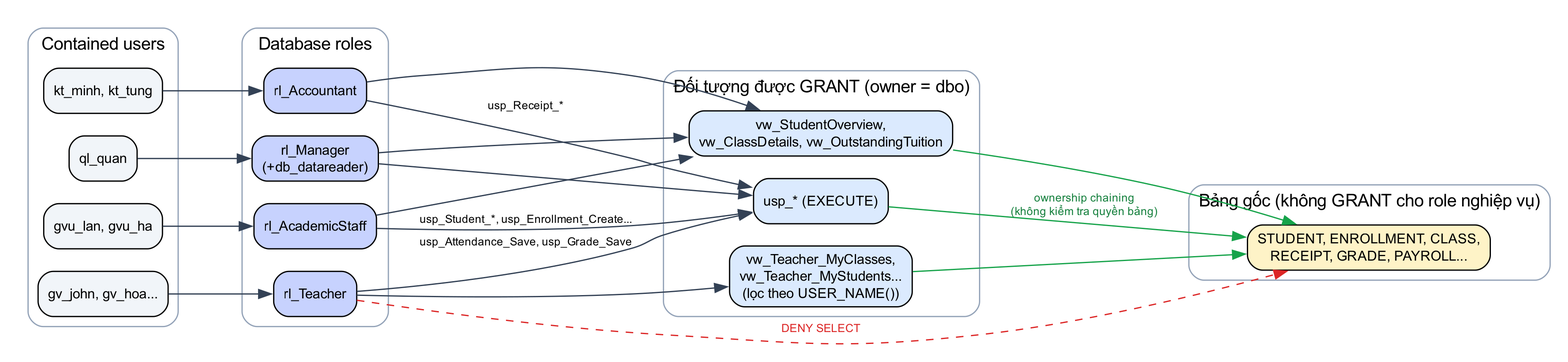
nhutruong-uit/imcp keeps this Graphviz diagram as docs/report/images/diagrams/permissions.png. Above is the earlier version. Its source is kept beside it as docs/report/diagrams/permissions.dot. Source of this version:
```dot
digraph SEC {
  graph [rankdir=LR, fontname="Arial", dpi=220, pad=0.2, nodesep=0.25, ranksep=0.9];
  node  [fontname="Arial", fontsize=11, shape=box, style="rounded,filled"];
  edge  [color="#334155", fontname="Arial", fontsize=9];
  subgraph cluster_u { label="Contained users"; color="#94A3B8"; style=rounded;
    node [fillcolor="#F1F5F9"]; u1 [label="ql_quan"]; u2 [label="gvu_lan, gvu_ha"]; u3 [label="kt_minh, kt_tung"]; u4 [label="gv_john, gv_hoa..."]; }
  subgraph cluster_r { label="Database roles"; color="#94A3B8"; style=rounded;
    node [fillcolor="#C7D2FE"]; r1 [label="rl_Manager\n(+db_datareader)"]; r2 [label="rl_AcademicStaff"]; r3 [label="rl_Accountant"]; r4 [label="rl_Teacher"]; }
  subgraph cluster_o { label="Đối tượng được GRANT (owner = dbo)"; color="#94A3B8"; style=rounded;
    node [fillcolor="#DBEAFE"]; o1 [label="usp_* (EXECUTE)"]; o2 [label="vw_StudentOverview,\nvw_ClassDetails, vw_OutstandingTuition"]; o3 [label="vw_Teacher_MyClasses,\nvw_Teacher_MyStudents...\n(lọc theo USER_NAME())"]; }
  subgraph cluster_t { label="Bảng gốc (không GRANT cho role nghiệp vụ)"; color="#94A3B8"; style=rounded;
    node [fillcolor="#FEF3C7"]; t1 [label="STUDENT, ENROLLMENT, CLASS,\nRECEIPT, GRADE, PAYROLL..."]; }
  u1 -> r1; u2 -> r2; u3 -> r3; u4 -> r4;
  r1 -> o1; r1 -> o2; r2 -> o1 [label="usp_Student_*, usp_Enrollment_Create..."]; r2 -> o2; r3 -> o1 [label="usp_Receipt_*"]; r3 -> o2;
  r4 -> o3; r4 -> o1 [label="usp_Attendance_Save, usp_Grade_Save"];
  o1 -> t1 [label="ownership chaining\n(không kiểm tra quyền bảng)", color="#16A34A", fontcolor="#15803D"];
  o2 -> t1 [color="#16A34A"]; o3 -> t1 [color="#16A34A"];
  r4 -> t1 [label="DENY SELECT", color="#DC2626", fontcolor="#DC2626", style=dashed];
}
```
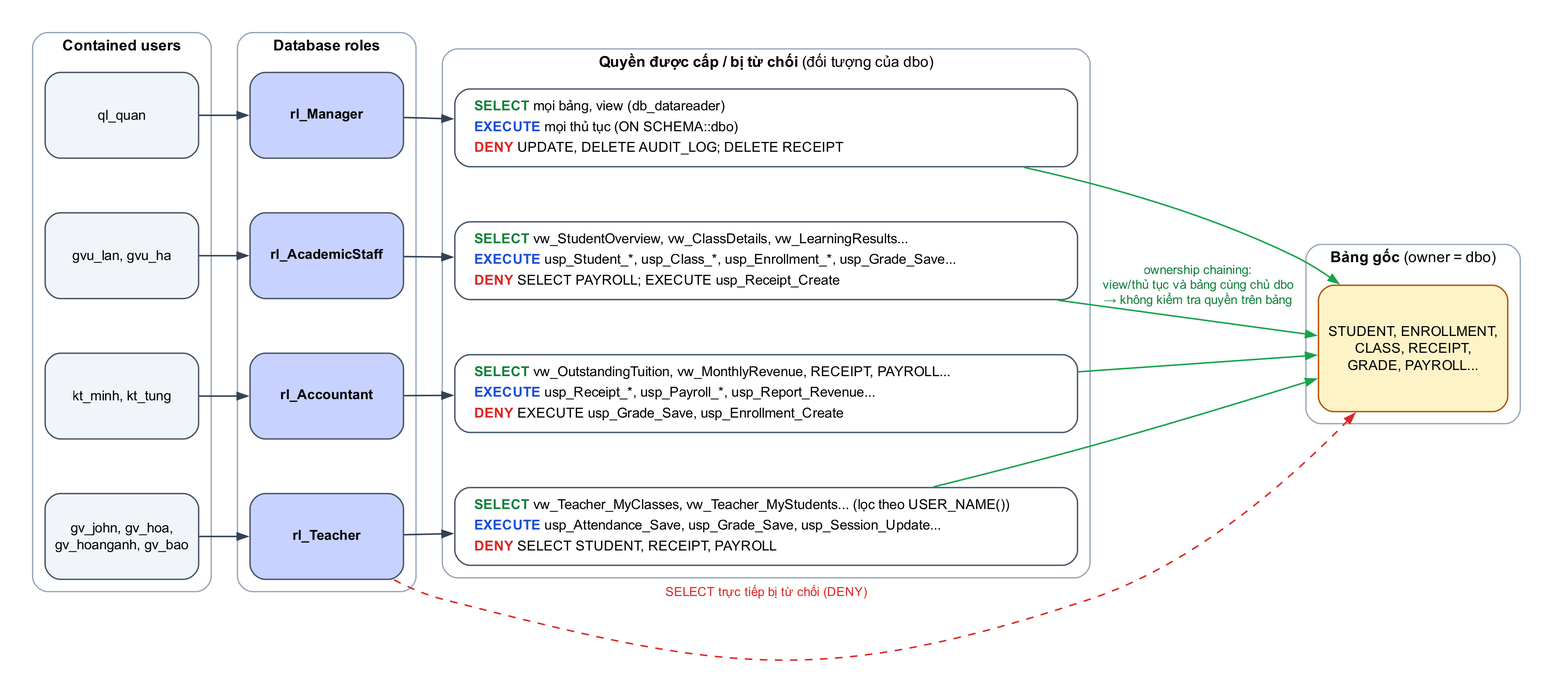
Later version of the same file.

Diff of the diagram source:
```diff
@@ -1,19 +1,44 @@
 digraph SEC {
-  graph [rankdir=LR, fontname="Arial", dpi=220, pad=0.2, nodesep=0.25, ranksep=0.9];
-  node  [fontname="Arial", fontsize=11, shape=box, style="rounded,filled"];
-  edge  [color="#334155", fontname="Arial", fontsize=9];
-  subgraph cluster_u { label="Contained users"; color="#94A3B8"; style=rounded;
-    node [fillcolor="#F1F5F9"]; u1 [label="ql_quan"]; u2 [label="gvu_lan, gvu_ha"]; u3 [label="kt_minh, kt_tung"]; u4 [label="gv_john, gv_hoa..."]; }
-  subgraph cluster_r { label="Database roles"; color="#94A3B8"; style=rounded;
-    node [fillcolor="#C7D2FE"]; r1 [label="rl_Manager\n(+db_datareader)"]; r2 [label="rl_AcademicStaff"]; r3 [label="rl_Accountant"]; r4 [label="rl_Teacher"]; }
-  subgraph cluster_o { label="Đối tượng được GRANT (owner = dbo)"; color="#94A3B8"; style=rounded;
-    node [fillcolor="#DBEAFE"]; o1 [label="usp_* (EXECUTE)"]; o2 [label="vw_StudentOverview,\nvw_ClassDetails, vw_OutstandingTuition"]; o3 [label="vw_Teacher_MyClasses,\nvw_Teacher_MyStudents...\n(lọc theo USER_NAME())"]; }
-  subgraph cluster_t { label="Bảng gốc (không GRANT cho role nghiệp vụ)"; color="#94A3B8"; style=rounded;
-    node [fillcolor="#FEF3C7"]; t1 [label="STUDENT, ENROLLMENT, CLASS,\nRECEIPT, GRADE, PAYROLL..."]; }
+  graph [rankdir=LR, fontname="Arial", dpi=220, pad=0.25, nodesep=0.3, ranksep=0.55, newrank=true];
+  node  [fontname="Arial", fontsize=11, shape=box, style="rounded,filled", color="#475569", penwidth=1.1];
+  edge  [color="#334155", fontname="Arial", fontsize=10, penwidth=1.2, arrowsize=0.8];
+
+  subgraph cluster_u { label=<<B>Contained users</B>>; fontsize=12; color="#94A3B8"; style=rounded; margin=10;
+    node [fillcolor="#F1F5F9", width=1.7, height=0.95];
+    u1 [label="ql_quan"]; u2 [label="gvu_lan, gvu_ha"]; u3 [label="kt_minh, kt_tung"]; u4 [label="gv_john, gv_hoa,\ngv_hoanganh, gv_bao"]; }
+
+  subgraph cluster_r { label=<<B>Database roles</B>>; fontsize=12; color="#94A3B8"; style=rounded; margin=10;
+    node [fillcolor="#C7D2FE", width=1.7, height=0.95];
+    r1 [label=<<B>rl_Manager</B>>]; r2 [label=<<B>rl_AcademicStaff</B>>]; r3 [label=<<B>rl_Accountant</B>>]; r4 [label=<<B>rl_Teacher</B>>]; }
+
+  subgraph cluster_g { label=<<B>Quyền được cấp / bị từ chối</B> (đối tượng của dbo)>; fontsize=12; color="#94A3B8"; style=rounded; margin=10;
+    node [fillcolor="#FFFFFF", shape=box, style="rounded,filled", margin="0.14,0.08", width=6.9];
+    g1 [label=<<TABLE BORDER="0" CELLSPACING="1" CELLPADDING="1" WIDTH="470">
+      <TR><TD ALIGN="LEFT"><FONT COLOR="#15803D"><B>SELECT</B></FONT> mọi bảng, view (db_datareader)</TD></TR>
+      <TR><TD ALIGN="LEFT"><FONT COLOR="#1D4ED8"><B>EXECUTE</B></FONT> mọi thủ tục (ON SCHEMA::dbo)</TD></TR>
+      <TR><TD ALIGN="LEFT"><FONT COLOR="#DC2626"><B>DENY</B></FONT> UPDATE, DELETE AUDIT_LOG; DELETE RECEIPT</TD></TR></TABLE>>];
+    g2 [label=<<TABLE BORDER="0" CELLSPACING="1" CELLPADDING="1" WIDTH="470">
+      <TR><TD ALIGN="LEFT"><FONT COLOR="#15803D"><B>SELECT</B></FONT> vw_StudentOverview, vw_ClassDetails, vw_LearningResults...</TD></TR>
+      <TR><TD ALIGN="LEFT"><FONT COLOR="#1D4ED8"><B>EXECUTE</B></FONT> usp_Student_*, usp_Class_*, usp_Enrollment_*, usp_Grade_Save...</TD></TR>
+      <TR><TD ALIGN="LEFT"><FONT COLOR="#DC2626"><B>DENY</B></FONT> SELECT PAYROLL; EXECUTE usp_Receipt_Create</TD></TR></TABLE>>];
+    g3 [label=<<TABLE BORDER="0" CELLSPACING="1" CELLPADDING="1" WIDTH="470">
+      <TR><TD ALIGN="LEFT"><FONT COLOR="#15803D"><B>SELECT</B></FONT> vw_OutstandingTuition, vw_MonthlyRevenue, RECEIPT, PAYROLL...</TD></TR>
+      <TR><TD ALIGN="LEFT"><FONT COLOR="#1D4ED8"><B>EXECUTE</B></FONT> usp_Receipt_*, usp_Payroll_*, usp_Report_Revenue...</TD></TR>
+      <TR><TD ALIGN="LEFT"><FONT COLOR="#DC2626"><B>DENY</B></FONT> EXECUTE usp_Grade_Save, usp_Enrollment_Create</TD></TR></TABLE>>];
+    g4 [label=<<TABLE BORDER="0" CELLSPACING="1" CELLPADDING="1" WIDTH="470">
+      <TR><TD ALIGN="LEFT"><FONT COLOR="#15803D"><B>SELECT</B></FONT> vw_Teacher_MyClasses, vw_Teacher_MyStudents... (lọc theo USER_NAME())</TD></TR>
+      <TR><TD ALIGN="LEFT"><FONT COLOR="#1D4ED8"><B>EXECUTE</B></FONT> usp_Attendance_Save, usp_Grade_Save, usp_Session_Update...</TD></TR>
+      <TR><TD ALIGN="LEFT"><FONT COLOR="#DC2626"><B>DENY</B></FONT> SELECT STUDENT, RECEIPT, PAYROLL</TD></TR></TABLE>>]; }
+
+  subgraph cluster_t { label=<<B>Bảng gốc</B> (owner = dbo)>; fontsize=12; color="#94A3B8"; style=rounded; margin=10;
+    t1 [label="STUDENT, ENROLLMENT,\nCLASS, RECEIPT,\nGRADE, PAYROLL...", fillcolor="#FEF3C7", color="#B45309", width=1.9, height=1.4]; }
+
+  { rank=same; u4 -> u3 -> u2 -> u1 [style=invis]; }
+  { rank=same; r4 -> r3 -> r2 -> r1 [style=invis]; }
+  { rank=same; g4 -> g3 -> g2 -> g1 [style=invis]; }
   u1 -> r1; u2 -> r2; u3 -> r3; u4 -> r4;
-  r1 -> o1; r1 -> o2; r2 -> o1 [label="usp_Student_*, usp_Enrollment_Create..."]; r2 -> o2; r3 -> o1 [label="usp_Receipt_*"]; r3 -> o2;
-  r4 -> o3; r4 -> o1 [label="usp_Attendance_Save, usp_Grade_Save"];
-  o1 -> t1 [label="ownership chaining\n(không kiểm tra quyền bảng)", color="#16A34A", fontcolor="#15803D"];
-  o2 -> t1 [color="#16A34A"]; o3 -> t1 [color="#16A34A"];
-  r4 -> t1 [label="DENY SELECT", color="#DC2626", fontcolor="#DC2626", style=dashed];
+  r1 -> g1; r2 -> g2; r3 -> g3; r4 -> g4;
+  edge [color="#16A34A", fontcolor="#15803D"];
+  g1 -> t1; g2 -> t1 [label="ownership chaining:\nview/thủ tục và bảng cùng chủ dbo\n→ không kiểm tra quyền trên bảng"]; g3 -> t1; g4 -> t1;
+  r4 -> t1 [label="SELECT trực tiếp bị từ chối (DENY)", color="#DC2626", fontcolor="#DC2626", style=dashed, constraint=false];
 }
```
